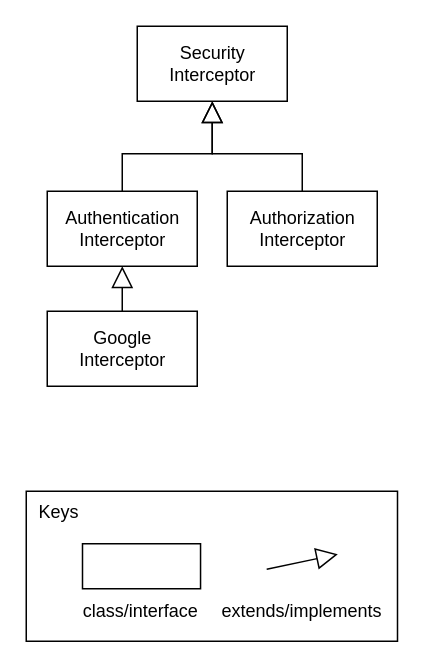
Earlier version of the draw.io diagram wiki/draw.io/phylodb/generalization-security.drawio (phyloviz/phyloDB). Source tidied: cells renumbered, new cells numbered last; positions are measured from the earlier drawing's top-left corner, leaving out a move shared by most shapes. Both pictures are drawn from the tidied source at 150%, with x=0, y=0 at pixel (26, 26).
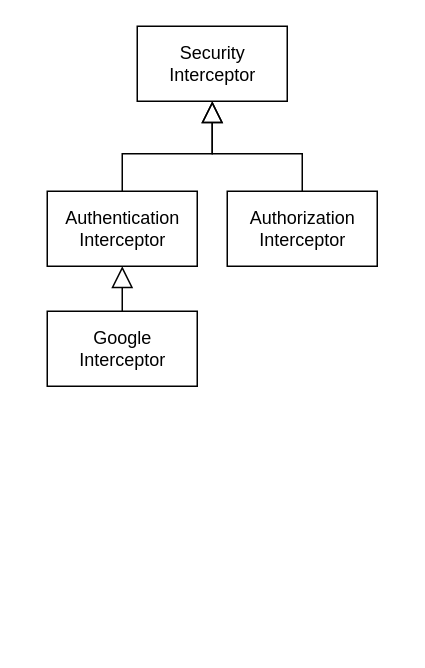
After the change.

Diff of the diagram source:
```diff
@@
 <mxGraphModel>
   <root>
     <mxCell id="0" />
     <mxCell id="1" parent="0" />
     <mxCell id="2" value="Security&lt;br&gt;Interceptor" style="html=1;" parent="1" vertex="1">
       <mxGeometry x="74" width="100" height="50" as="geometry" />
     </mxCell>
     <mxCell id="3" style="edgeStyle=orthogonalEdgeStyle;rounded=0;jettySize=auto;html=1;exitX=0.5;exitY=0;exitDx=0;exitDy=0;entryX=0.5;entryY=1;entryDx=0;entryDy=0;endArrow=block;endFill=0;endSize=12;" parent="1" edge="1" source="4" target="6">
       <mxGeometry relative="1" as="geometry" />
     </mxCell>
     <mxCell id="4" value="Google&lt;br&gt;Interceptor" style="html=1;" parent="1" vertex="1">
       <mxGeometry x="14" y="190" width="100" height="50" as="geometry" />
     </mxCell>
     <mxCell id="5" style="edgeStyle=orthogonalEdgeStyle;rounded=0;jettySize=auto;html=1;exitX=0.5;exitY=0;exitDx=0;exitDy=0;entryX=0.5;entryY=1;entryDx=0;entryDy=0;endArrow=block;endFill=0;endSize=12;" parent="1" edge="1" source="6" target="2">
       <mxGeometry relative="1" as="geometry" />
     </mxCell>
     <mxCell id="6" value="Authentication&lt;br&gt;Interceptor" style="html=1;" parent="1" vertex="1">
       <mxGeometry x="14" y="110" width="100" height="50" as="geometry" />
     </mxCell>
     <mxCell id="7" style="edgeStyle=orthogonalEdgeStyle;rounded=0;jettySize=auto;html=1;exitX=0.5;exitY=0;exitDx=0;exitDy=0;entryX=0.5;entryY=1;entryDx=0;entryDy=0;endArrow=block;endFill=0;endSize=12;" parent="1" edge="1" source="8" target="2">
       <mxGeometry relative="1" as="geometry" />
     </mxCell>
     <mxCell id="8" value="Authorization&lt;br&gt;Interceptor" style="html=1;" parent="1" vertex="1">
       <mxGeometry x="134" y="110" width="100" height="50" as="geometry" />
     </mxCell>
-    <mxCell id="9" style="group;" parent="1" vertex="1">
-      <mxGeometry y="310" width="247.5" height="100" as="geometry" />
-    </mxCell>
-    <mxCell id="10" value="&amp;nbsp; Keys" style="rounded=0;whiteSpace=wrap;html=1;align=left;verticalAlign=top;" parent="9" vertex="1">
-      <mxGeometry width="247.5" height="100" as="geometry" />
-    </mxCell>
-    <mxCell id="11" style="endArrow=block;html=1;exitX=1;exitY=0.5;exitDx=0;exitDy=0;startArrow=none;startFill=0;endFill=0;endSize=12;" parent="9" edge="1">
-      <mxGeometry relative="1" as="geometry">
-        <mxPoint x="160.3" y="52" as="sourcePoint" />
-        <mxPoint x="207.7" y="42" as="targetPoint" />
-      </mxGeometry>
-    </mxCell>
-    <mxCell id="12" value="extends/implements" style="text;html=1;strokeColor=none;fillColor=none;align=center;verticalAlign=middle;whiteSpace=wrap;rounded=0;" parent="9" vertex="1">
-      <mxGeometry x="139" y="70" width="89.5" height="20" as="geometry" />
-    </mxCell>
-    <mxCell id="13" value="class/interface" style="text;html=1;strokeColor=none;fillColor=none;align=center;verticalAlign=middle;whiteSpace=wrap;rounded=0;" parent="9" vertex="1">
-      <mxGeometry x="45.5" y="70" width="62.7" height="20" as="geometry" />
-    </mxCell>
-    <mxCell id="14" style="rounded=0;whiteSpace=wrap;html=1;" parent="9" vertex="1">
-      <mxGeometry x="37.5" y="35" width="78.7" height="30" as="geometry" />
-    </mxCell>
   </root>
 </mxGraphModel>
```
